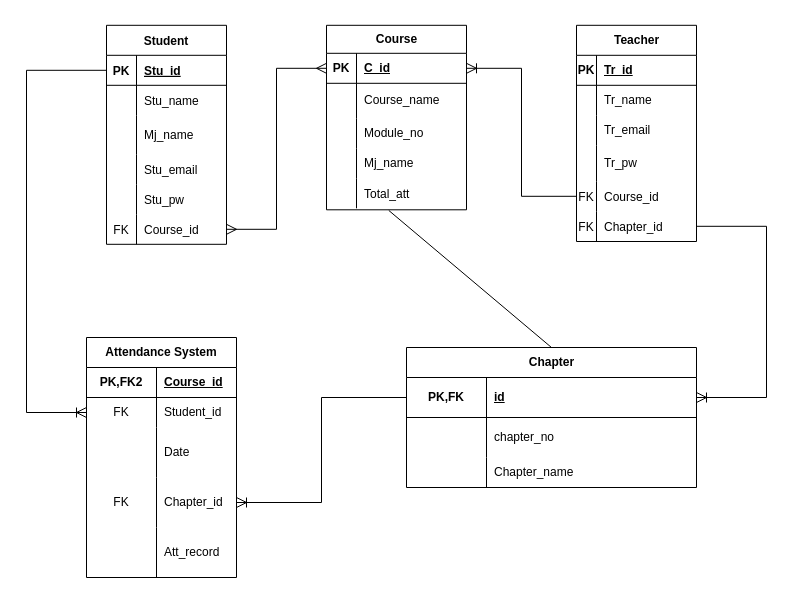
KhunMaungNgwee/InternShipProject keeps this draw.io diagram as ER.drawio. Above is the earlier version. Source tidied: cells renumbered, new cells numbered last; positions are measured from the earlier drawing's top-left corner, leaving out a move shared by most shapes. Both pictures are drawn from the tidied source at 100%, with x=0, y=0 at pixel (26, 25).
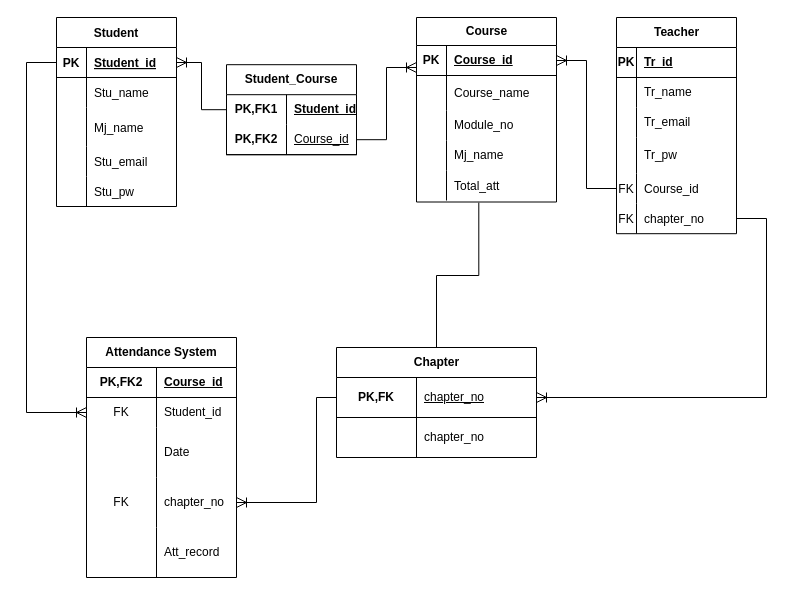
The same diagram, later.

The change refers to these unchanged cells:
```xml
<mxCell id="3" style="shape=partialRectangle;fillColor=none;points=[[0,0.5],[1,0.5]];portConstraint=eastwest;top=0;left=0;right=0;bottom=1;" parent="2" vertex="1">
  <mxGeometry y="30" width="120" height="30" as="geometry" />
</mxCell>
<mxCell id="22" style="shape=tableRow;horizontal=0;startSize=0;swimlaneHead=0;swimlaneBody=0;fillColor=none;points=[[0,0.5],[1,0.5]];portConstraint=eastwest;top=0;left=0;right=0;bottom=1;" parent="21" vertex="1">
  <mxGeometry y="28" width="140" height="30" as="geometry" />
</mxCell>
<mxCell id="34" style="shape=tableRow;horizontal=0;startSize=0;swimlaneHead=0;swimlaneBody=0;fillColor=none;points=[[0,0.5],[1,0.5]];portConstraint=eastwest;top=0;left=0;right=0;bottom=0;" parent="21" vertex="1">
  <mxGeometry y="153" width="140" height="30" as="geometry" />
</mxCell>
<mxCell id="47" style="shape=tableRow;horizontal=0;startSize=0;swimlaneHead=0;swimlaneBody=0;fillColor=none;points=[[0,0.5],[1,0.5]];portConstraint=eastwest;top=0;left=0;right=0;bottom=0;html=1;" parent="37" vertex="1">
  <mxGeometry y="140" width="150" height="50" as="geometry" />
</mxCell>
<mxCell id="69" style="shape=tableRow;horizontal=0;startSize=0;swimlaneHead=0;swimlaneBody=0;fillColor=none;points=[[0,0.5],[1,0.5]];portConstraint=eastwest;top=0;left=0;right=0;bottom=0;" parent="53" vertex="1">
  <mxGeometry y="186" width="120" height="30" as="geometry" />
</mxCell>
```

The edit, as a diff of the source:
```diff
@@
     <mxCell id="2" value="Student" style="shape=table;startSize=30;childLayout=tableLayout;rowLines=0;fontStyle=1;align=center;" parent="1" vertex="1">
-      <mxGeometry x="80" y="-0.2" width="120" height="219" as="geometry" />
+      <mxGeometry x="30" y="-8" width="120" height="189" as="geometry" />
     </mxCell>
@@
-    <mxCell id="5" value="Stu_id" style="shape=partialRectangle;overflow=hidden;fillColor=none;top=0;left=0;bottom=0;right=0;align=left;spacingLeft=6;fontStyle=5;" parent="3" vertex="1">
+    <mxCell id="5" value="Student_id" style="shape=partialRectangle;overflow=hidden;fillColor=none;top=0;left=0;bottom=0;right=0;align=left;spacingLeft=6;fontStyle=5;" parent="3" vertex="1">
       <mxGeometry x="30" width="90" height="30" as="geometry" />
     </mxCell>
@@
-    <mxCell id="18" style="shape=tableRow;horizontal=0;startSize=0;swimlaneHead=0;swimlaneBody=0;fillColor=none;points=[[0,0.5],[1,0.5]];portConstraint=eastwest;top=0;left=0;right=0;bottom=0;" parent="2" vertex="1">
-      <mxGeometry y="189" width="120" height="30" as="geometry" />
-    </mxCell>
-    <mxCell id="19" value="FK" style="shape=partialRectangle;fillColor=none;top=0;left=0;bottom=0;right=0;overflow=hidden;" parent="18" vertex="1">
-      <mxGeometry width="30" height="30" as="geometry" />
-    </mxCell>
-    <mxCell id="20" value="Course_id" style="shape=partialRectangle;fillColor=none;top=0;left=0;bottom=0;right=0;align=left;spacingLeft=6;overflow=hidden;" parent="18" vertex="1">
-      <mxGeometry x="30" width="90" height="30" as="geometry" />
-    </mxCell>
     <mxCell id="21" value="Course" style="shape=table;startSize=28;childLayout=tableLayout;rowLines=0;fontStyle=1;align=center;html=1;" parent="1" vertex="1">
-      <mxGeometry x="300" y="-0.2" width="140" height="184.5" as="geometry" />
+      <mxGeometry x="390" y="-8" width="140" height="184.5" as="geometry" />
     </mxCell>
@@
-    <mxCell id="24" value="C_id" style="shape=partialRectangle;fillColor=none;top=0;left=0;bottom=0;right=0;align=left;spacingLeft=6;fontStyle=5;overflow=hidden;whiteSpace=wrap;html=1;" parent="22" vertex="1">
+    <mxCell id="24" value="Course_id" style="shape=partialRectangle;fillColor=none;top=0;left=0;bottom=0;right=0;align=left;spacingLeft=6;fontStyle=5;overflow=hidden;whiteSpace=wrap;html=1;" parent="22" vertex="1">
       <mxGeometry x="30" width="110" height="30" as="geometry" />
     </mxCell>
@@
-    <mxCell id="49" value="Chapter_id" style="shape=partialRectangle;fillColor=none;top=0;left=0;bottom=0;right=0;align=left;spacingLeft=6;overflow=hidden;html=1;whiteSpace=wrap;" parent="47" vertex="1">
+    <mxCell id="49" value="chapter_no" style="shape=partialRectangle;fillColor=none;top=0;left=0;bottom=0;right=0;align=left;spacingLeft=6;overflow=hidden;html=1;whiteSpace=wrap;" parent="47" vertex="1">
       <mxGeometry x="70" width="80" height="50" as="geometry" />
     </mxCell>
@@
     <mxCell id="53" value="Teacher" style="shape=table;startSize=30;childLayout=tableLayout;rowLines=0;fontStyle=1;align=center;html=1;" parent="1" vertex="1">
-      <mxGeometry x="550" y="-0.2" width="120" height="216.2" as="geometry" />
+      <mxGeometry x="590" y="-8" width="120" height="216.2" as="geometry" />
     </mxCell>
@@
-    <mxCell id="71" value="Chapter_id" style="shape=partialRectangle;fillColor=none;top=0;left=0;bottom=0;right=0;align=left;spacingLeft=6;overflow=hidden;" parent="69" vertex="1">
+    <mxCell id="71" value="chapter_no" style="shape=partialRectangle;fillColor=none;top=0;left=0;bottom=0;right=0;align=left;spacingLeft=6;overflow=hidden;" parent="69" vertex="1">
       <mxGeometry x="20" width="100" height="30" as="geometry" />
     </mxCell>
     <mxCell id="72" value="Chapter" style="shape=table;startSize=30;childLayout=tableLayout;rowLines=0;fontStyle=1;align=center;html=1;" parent="1" vertex="1">
-      <mxGeometry x="380" y="322" width="290" height="140" as="geometry" />
+      <mxGeometry x="310" y="322" width="200" height="110" as="geometry" />
     </mxCell>
     <mxCell id="73" style="shape=tableRow;horizontal=0;startSize=0;swimlaneHead=0;swimlaneBody=0;fillColor=none;points=[[0,0.5],[1,0.5]];portConstraint=eastwest;top=0;left=0;right=0;bottom=1;" parent="72" vertex="1">
-      <mxGeometry y="30" width="290" height="40" as="geometry" />
+      <mxGeometry y="30" width="200" height="40" as="geometry" />
     </mxCell>
@@
-    <mxCell id="75" value="id" style="shape=partialRectangle;fillColor=none;top=0;left=0;bottom=0;right=0;align=left;spacingLeft=6;fontStyle=5;overflow=hidden;whiteSpace=wrap;html=1;" parent="73" vertex="1">
-      <mxGeometry x="80" width="210" height="40" as="geometry" />
+    <mxCell id="75" value="&lt;span style=&quot;font-weight: 400;&quot;&gt;chapter_no&lt;/span&gt;" style="shape=partialRectangle;fillColor=none;top=0;left=0;bottom=0;right=0;align=left;spacingLeft=6;fontStyle=5;overflow=hidden;whiteSpace=wrap;html=1;" parent="73" vertex="1">
+      <mxGeometry x="80" width="120" height="40" as="geometry" />
     </mxCell>
     <mxCell id="76" style="shape=tableRow;horizontal=0;startSize=0;swimlaneHead=0;swimlaneBody=0;fillColor=none;top=0;left=0;right=0;bottom=0;" parent="72" vertex="1">
-      <mxGeometry y="70" width="290" height="40" as="geometry" />
+      <mxGeometry y="70" width="200" height="40" as="geometry" />
     </mxCell>
@@
     <mxCell id="78" value="chapter_no" style="shape=partialRectangle;fillColor=none;top=0;left=0;bottom=0;right=0;align=left;spacingLeft=6;overflow=hidden;whiteSpace=wrap;html=1;" parent="76" vertex="1">
-      <mxGeometry x="80" width="210" height="40" as="geometry" />
+      <mxGeometry x="80" width="120" height="40" as="geometry" />
     </mxCell>
-    <mxCell id="79" style="shape=tableRow;horizontal=0;startSize=0;swimlaneHead=0;swimlaneBody=0;fillColor=none;top=0;left=0;right=0;bottom=0;" parent="72" vertex="1">
-      <mxGeometry y="110" width="290" height="30" as="geometry" />
-    </mxCell>
-    <mxCell id="80" style="shape=partialRectangle;fillColor=none;top=0;left=0;bottom=0;right=0;overflow=hidden;whiteSpace=wrap;html=1;" parent="79" vertex="1">
-      <mxGeometry width="80" height="30" as="geometry" />
-    </mxCell>
-    <mxCell id="81" value="Chapter_name" style="shape=partialRectangle;fillColor=none;top=0;left=0;bottom=0;right=0;align=left;spacingLeft=6;overflow=hidden;whiteSpace=wrap;html=1;" parent="79" vertex="1">
-      <mxGeometry x="80" width="210" height="30" as="geometry" />
-    </mxCell>
@@
     <mxCell id="83" style="edgeStyle=orthogonalEdgeStyle;fontSize=12;html=1;endArrow=ERoneToMany;rounded=0;startSize=8;endSize=8;exitX=0;exitY=0.5;exitDx=0;exitDy=0;" parent="1" edge="1" source="73" target="47">
-      <mxGeometry relative="1" as="geometry" />
+      <mxGeometry relative="1" as="geometry">
+        <Array as="points">
+          <mxPoint x="290" y="372" />
+          <mxPoint x="290" y="477" />
+        </Array>
+      </mxGeometry>
     </mxCell>
@@
-    <mxCell id="85" style="endArrow=none;html=1;rounded=0;fontSize=12;startSize=8;endSize=8;exitX=0.5;exitY=0;exitDx=0;exitDy=0;entryX=0.445;entryY=1.072;entryDx=0;entryDy=0;entryPerimeter=0;" parent="1" edge="1" source="72" target="34">
+    <mxCell id="85" style="endArrow=none;html=1;rounded=0;fontSize=12;startSize=8;endSize=8;exitX=0.5;exitY=0;exitDx=0;exitDy=0;entryX=0.445;entryY=1.072;entryDx=0;entryDy=0;entryPerimeter=0;edgeStyle=elbowEdgeStyle;elbow=vertical;" parent="1" edge="1" source="72" target="34">
       <mxGeometry relative="1" as="geometry" />
     </mxCell>
@@
-    <mxCell id="87" style="edgeStyle=orthogonalEdgeStyle;fontSize=12;html=1;endArrow=ERmany;startArrow=ERmany;rounded=0;startSize=8;endSize=8;exitX=1;exitY=0.5;exitDx=0;exitDy=0;entryX=0;entryY=0.5;entryDx=0;entryDy=0;" parent="1" edge="1" source="18" target="22">
-      <mxGeometry relative="1" as="geometry" />
-    </mxCell>
+    <mxCell id="88" value="Student_Course" style="shape=table;startSize=30;childLayout=tableLayout;rowLines=0;fontStyle=1;align=center;html=1;whiteSpace=wrap;" parent="1" vertex="1">
+      <mxGeometry x="200" y="39.2" width="130" height="90" as="geometry" />
+    </mxCell>
+    <mxCell id="89" style="shape=tableRow;horizontal=0;startSize=0;swimlaneHead=0;swimlaneBody=0;fillColor=none;points=[[0,0.5],[1,0.5]];portConstraint=eastwest;top=0;left=0;right=0;bottom=0;html=1;" parent="88" vertex="1">
+      <mxGeometry y="30" width="130" height="30" as="geometry" />
+    </mxCell>
+    <mxCell id="90" value="PK,FK1" style="shape=partialRectangle;fillColor=none;top=0;left=0;bottom=0;right=0;fontStyle=1;overflow=hidden;html=1;whiteSpace=wrap;" parent="89" vertex="1">
+      <mxGeometry width="60" height="30" as="geometry" />
+    </mxCell>
+    <mxCell id="91" value="Student_id" style="shape=partialRectangle;fillColor=none;top=0;left=0;bottom=0;right=0;align=left;spacingLeft=6;fontStyle=5;overflow=hidden;html=1;whiteSpace=wrap;" parent="89" vertex="1">
+      <mxGeometry x="60" width="70" height="30" as="geometry" />
+    </mxCell>
+    <mxCell id="92" style="shape=tableRow;horizontal=0;startSize=0;swimlaneHead=0;swimlaneBody=0;fillColor=none;points=[[0,0.5],[1,0.5]];portConstraint=eastwest;top=0;left=0;right=0;bottom=1;html=1;" parent="88" vertex="1">
+      <mxGeometry y="60" width="130" height="30" as="geometry" />
+    </mxCell>
+    <mxCell id="93" value="PK,FK2" style="shape=partialRectangle;fillColor=none;top=0;left=0;bottom=0;right=0;fontStyle=1;overflow=hidden;html=1;whiteSpace=wrap;" parent="92" vertex="1">
+      <mxGeometry width="60" height="30" as="geometry" />
+    </mxCell>
+    <mxCell id="20" value="&lt;span style=&quot;font-weight: 400; text-wrap: nowrap;&quot;&gt;Course_id&lt;/span&gt;" style="shape=partialRectangle;fillColor=none;top=0;left=0;bottom=0;right=0;align=left;spacingLeft=6;fontStyle=5;overflow=hidden;html=1;whiteSpace=wrap;" parent="92" vertex="1">
+      <mxGeometry x="60" width="70" height="30" as="geometry" />
+    </mxCell>
+    <mxCell id="94" style="edgeStyle=orthogonalEdgeStyle;fontSize=12;html=1;endArrow=ERoneToMany;rounded=0;startSize=8;endSize=8;entryX=1;entryY=0.5;entryDx=0;entryDy=0;exitX=0;exitY=0.5;exitDx=0;exitDy=0;" parent="1" edge="1" source="89" target="3">
+      <mxGeometry relative="1" as="geometry" />
+    </mxCell>
+    <mxCell id="95" style="edgeStyle=orthogonalEdgeStyle;fontSize=12;html=1;endArrow=ERoneToMany;rounded=0;startSize=8;endSize=8;entryX=0;entryY=0.733;entryDx=0;entryDy=0;entryPerimeter=0;exitX=1;exitY=0.5;exitDx=0;exitDy=0;" parent="1" edge="1" source="92" target="22">
+      <mxGeometry relative="1" as="geometry" />
+    </mxCell>
```
